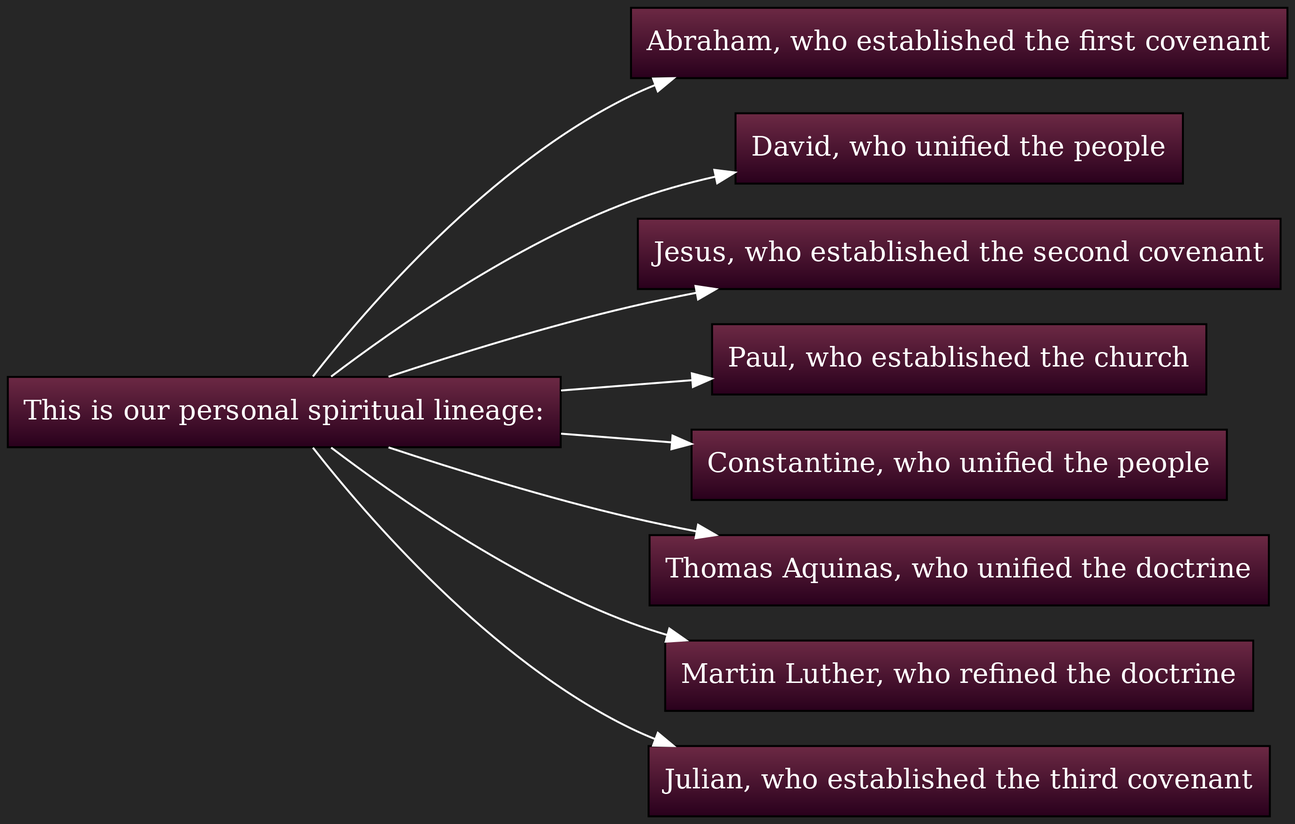
This is graphs/This_is_our_personal_spiritual_lineage:.png from julianfl0w/Deism, a Graphviz export, as it was before one commit. Its source is kept beside it as graphs/This_is_our_personal_spiritual_lineage:.dot. Its diagram source:
```dot
digraph D {
rankdir = LR
style = filled
fontcolor = white
color = white
bgcolor = "#262626"
gradientangle = 0
dpi = 300
"cluster_70" [rankdir=LR, shape=box, color=black, fontcolor=white, fillcolor="#6C2944:#29001C", style=filled, gradientangle=270.05, label="This is our personal spiritual lineage:"]
"cluster_71" [rankdir=LR, shape=box, color=black, fontcolor=white, fillcolor="#6C2944:#29001C", style=filled, gradientangle=270.05, label="Abraham, who established the first covenant"]
"cluster_70" -> "cluster_71" [color=white, penwidth=1, ltail="cluster_70", lhead="cluster_71"]
"cluster_72" [rankdir=LR, shape=box, color=black, fontcolor=white, fillcolor="#6C2944:#29001C", style=filled, gradientangle=270.05, label="David, who unified the people"]
"cluster_70" -> "cluster_72" [color=white, penwidth=1, ltail="cluster_70", lhead="cluster_72"]
"cluster_73" [rankdir=LR, shape=box, color=black, fontcolor=white, fillcolor="#6C2944:#29001C", style=filled, gradientangle=270.05, label="Jesus, who established the second covenant"]
"cluster_70" -> "cluster_73" [color=white, penwidth=1, ltail="cluster_70", lhead="cluster_73"]
"cluster_74" [rankdir=LR, shape=box, color=black, fontcolor=white, fillcolor="#6C2944:#29001C", style=filled, gradientangle=270.05, label="Paul, who established the church"]
"cluster_70" -> "cluster_74" [color=white, penwidth=1, ltail="cluster_70", lhead="cluster_74"]
"cluster_75" [rankdir=LR, shape=box, color=black, fontcolor=white, fillcolor="#6C2944:#29001C", style=filled, gradientangle=270.05, label="Constantine, who unified the people"]
"cluster_70" -> "cluster_75" [color=white, penwidth=1, ltail="cluster_70", lhead="cluster_75"]
"cluster_76" [rankdir=LR, shape=box, color=black, fontcolor=white, fillcolor="#6C2944:#29001C", style=filled, gradientangle=270.05, label="Thomas Aquinas, who unified the doctrine"]
"cluster_70" -> "cluster_76" [color=white, penwidth=1, ltail="cluster_70", lhead="cluster_76"]
"cluster_77" [rankdir=LR, shape=box, color=black, fontcolor=white, fillcolor="#6C2944:#29001C", style=filled, gradientangle=270.05, label="Martin Luther, who refined the doctrine"]
"cluster_70" -> "cluster_77" [color=white, penwidth=1, ltail="cluster_70", lhead="cluster_77"]
"cluster_78" [rankdir=LR, shape=box, color=black, fontcolor=white, fillcolor="#6C2944:#29001C", style=filled, gradientangle=270.05, label="Julian, who established the third covenant"]
"cluster_70" -> "cluster_78" [color=white, penwidth=1, ltail="cluster_70", lhead="cluster_78"]
}
```
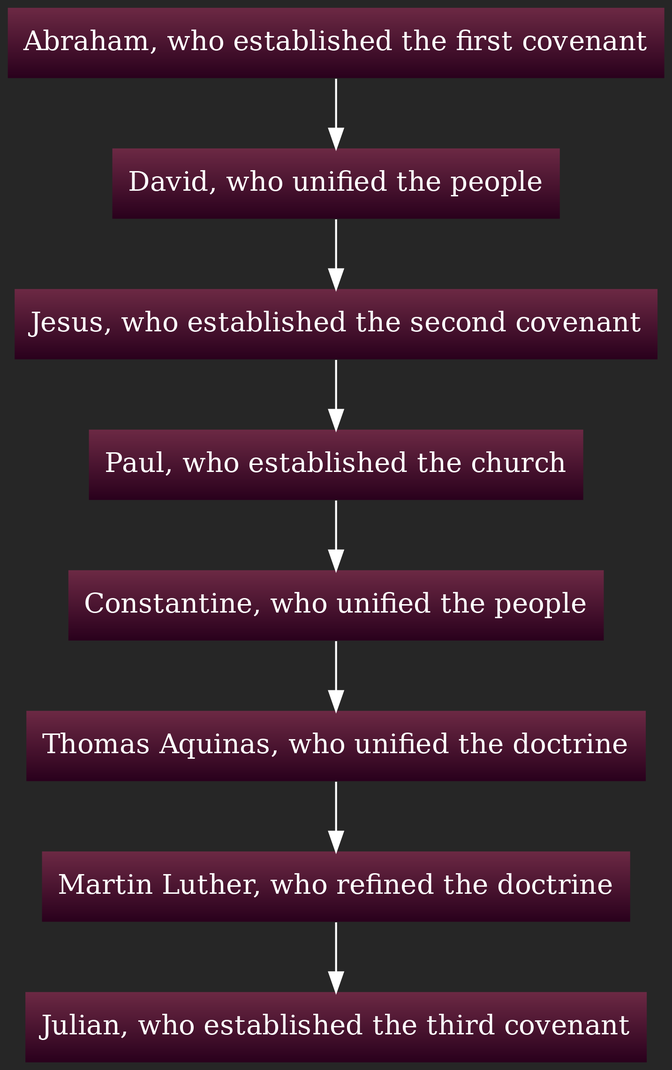
After the commit.

What changed in the source:
```diff
@@ -1,26 +1,24 @@
 digraph D {
-rankdir = LR
+rankdir = TB
 style = filled
 fontcolor = white
 color = white
 bgcolor = "#262626"
 gradientangle = 0
 dpi = 300
-"cluster_70" [rankdir=LR, shape=box, color=black, fontcolor=white, fillcolor="#6C2944:#29001C", style=filled, gradientangle=270.05, label="This is our personal spiritual lineage:"]
-"cluster_71" [rankdir=LR, shape=box, color=black, fontcolor=white, fillcolor="#6C2944:#29001C", style=filled, gradientangle=270.05, label="Abraham, who established the first covenant"]
-"cluster_70" -> "cluster_71" [color=white, penwidth=1, ltail="cluster_70", lhead="cluster_71"]
-"cluster_72" [rankdir=LR, shape=box, color=black, fontcolor=white, fillcolor="#6C2944:#29001C", style=filled, gradientangle=270.05, label="David, who unified the people"]
-"cluster_70" -> "cluster_72" [color=white, penwidth=1, ltail="cluster_70", lhead="cluster_72"]
-"cluster_73" [rankdir=LR, shape=box, color=black, fontcolor=white, fillcolor="#6C2944:#29001C", style=filled, gradientangle=270.05, label="Jesus, who established the second covenant"]
-"cluster_70" -> "cluster_73" [color=white, penwidth=1, ltail="cluster_70", lhead="cluster_73"]
-"cluster_74" [rankdir=LR, shape=box, color=black, fontcolor=white, fillcolor="#6C2944:#29001C", style=filled, gradientangle=270.05, label="Paul, who established the church"]
-"cluster_70" -> "cluster_74" [color=white, penwidth=1, ltail="cluster_70", lhead="cluster_74"]
-"cluster_75" [rankdir=LR, shape=box, color=black, fontcolor=white, fillcolor="#6C2944:#29001C", style=filled, gradientangle=270.05, label="Constantine, who unified the people"]
-"cluster_70" -> "cluster_75" [color=white, penwidth=1, ltail="cluster_70", lhead="cluster_75"]
-"cluster_76" [rankdir=LR, shape=box, color=black, fontcolor=white, fillcolor="#6C2944:#29001C", style=filled, gradientangle=270.05, label="Thomas Aquinas, who unified the doctrine"]
-"cluster_70" -> "cluster_76" [color=white, penwidth=1, ltail="cluster_70", lhead="cluster_76"]
-"cluster_77" [rankdir=LR, shape=box, color=black, fontcolor=white, fillcolor="#6C2944:#29001C", style=filled, gradientangle=270.05, label="Martin Luther, who refined the doctrine"]
-"cluster_70" -> "cluster_77" [color=white, penwidth=1, ltail="cluster_70", lhead="cluster_77"]
-"cluster_78" [rankdir=LR, shape=box, color=black, fontcolor=white, fillcolor="#6C2944:#29001C", style=filled, gradientangle=270.05, label="Julian, who established the third covenant"]
-"cluster_70" -> "cluster_78" [color=white, penwidth=1, ltail="cluster_70", lhead="cluster_78"]
+"cluster_65" [rankdir=TB, shape=box, penwidth=0, color=black, fontcolor=white, fillcolor="#6C2944:#29001C", style=filled, gradientangle=270.05, label="Abraham, who established the first covenant"]
+"cluster_66" [rankdir=TB, shape=box, penwidth=0, color=black, fontcolor=white, fillcolor="#6C2944:#29001C", style=filled, gradientangle=270.05, label="David, who unified the people"]
+"cluster_67" [rankdir=TB, shape=box, penwidth=0, color=black, fontcolor=white, fillcolor="#6C2944:#29001C", style=filled, gradientangle=270.05, label="Jesus, who established the second covenant"]
+"cluster_68" [rankdir=TB, shape=box, penwidth=0, color=black, fontcolor=white, fillcolor="#6C2944:#29001C", style=filled, gradientangle=270.05, label="Paul, who established the church"]
+"cluster_69" [rankdir=TB, shape=box, penwidth=0, color=black, fontcolor=white, fillcolor="#6C2944:#29001C", style=filled, gradientangle=270.05, label="Constantine, who unified the people"]
+"cluster_70" [rankdir=TB, shape=box, penwidth=0, color=black, fontcolor=white, fillcolor="#6C2944:#29001C", style=filled, gradientangle=270.05, label="Thomas Aquinas, who unified the doctrine"]
+"cluster_71" [rankdir=TB, shape=box, penwidth=0, color=black, fontcolor=white, fillcolor="#6C2944:#29001C", style=filled, gradientangle=270.05, label="Martin Luther, who refined the doctrine"]
+"cluster_72" [rankdir=TB, shape=box, penwidth=0, color=black, fontcolor=white, fillcolor="#6C2944:#29001C", style=filled, gradientangle=270.05, label="Julian, who established the third covenant"]
+"cluster_71" -> "cluster_72" [color=white, penwidth=1, ltail="cluster_71", lhead="cluster_72"]
+"cluster_70" -> "cluster_71" [color=white, penwidth=1, ltail="cluster_71", lhead="cluster_72"]
+"cluster_69" -> "cluster_70" [color=white, penwidth=1, ltail="cluster_71", lhead="cluster_72"]
+"cluster_68" -> "cluster_69" [color=white, penwidth=1, ltail="cluster_71", lhead="cluster_72"]
+"cluster_67" -> "cluster_68" [color=white, penwidth=1, ltail="cluster_71", lhead="cluster_72"]
+"cluster_66" -> "cluster_67" [color=white, penwidth=1, ltail="cluster_71", lhead="cluster_72"]
+"cluster_65" -> "cluster_66" [color=white, penwidth=1, ltail="cluster_71", lhead="cluster_72"]
 }
```
